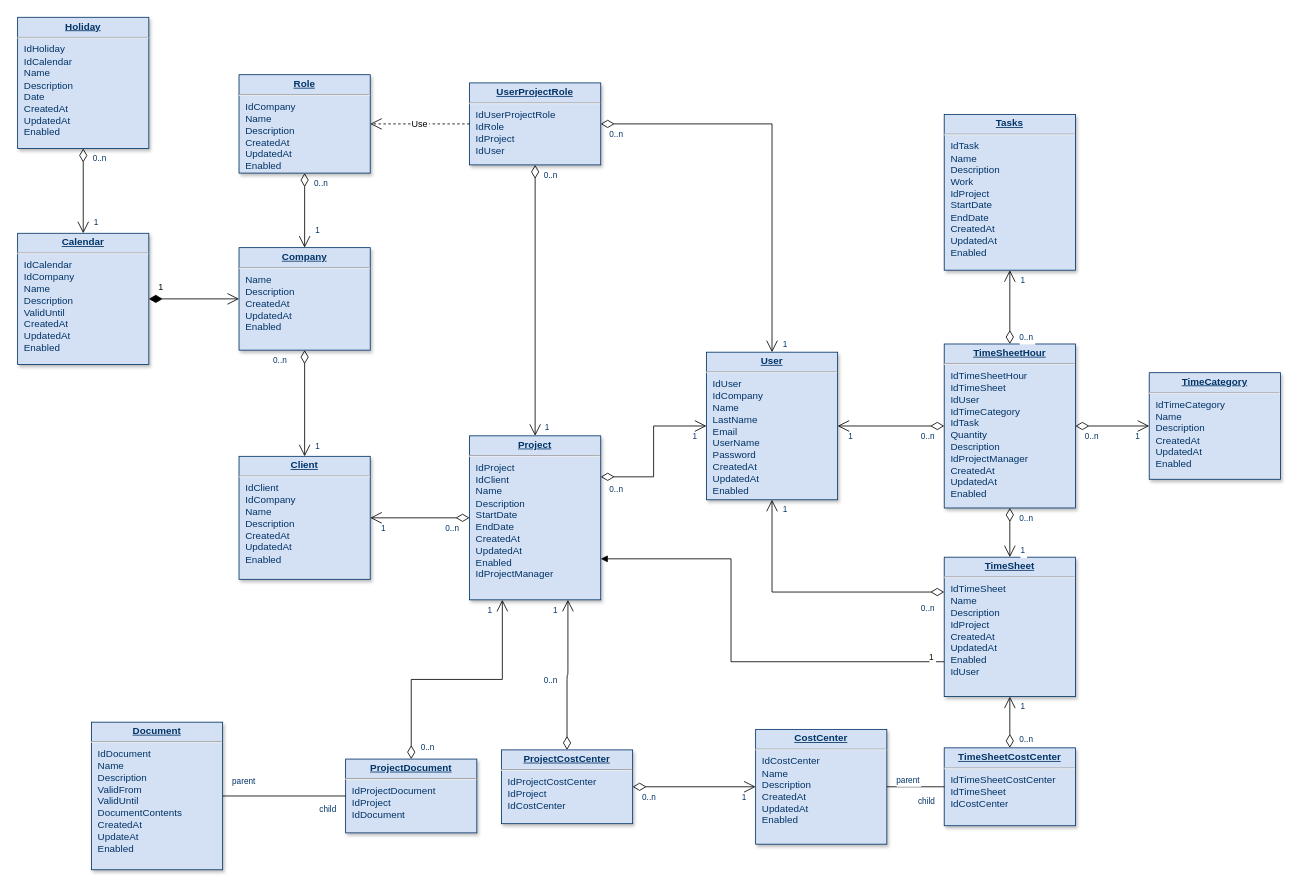
Earlier version of the draw.io diagram Untitled Diagram.drawio (Silia030303/Data_Base_NTUA). Source tidied: cells renumbered, new cells numbered last; positions are measured from the earlier drawing's top-left corner, leaving out a move shared by most shapes. Both pictures are drawn from the tidied source at 82%, with x=0, y=0 at pixel (17, 17).
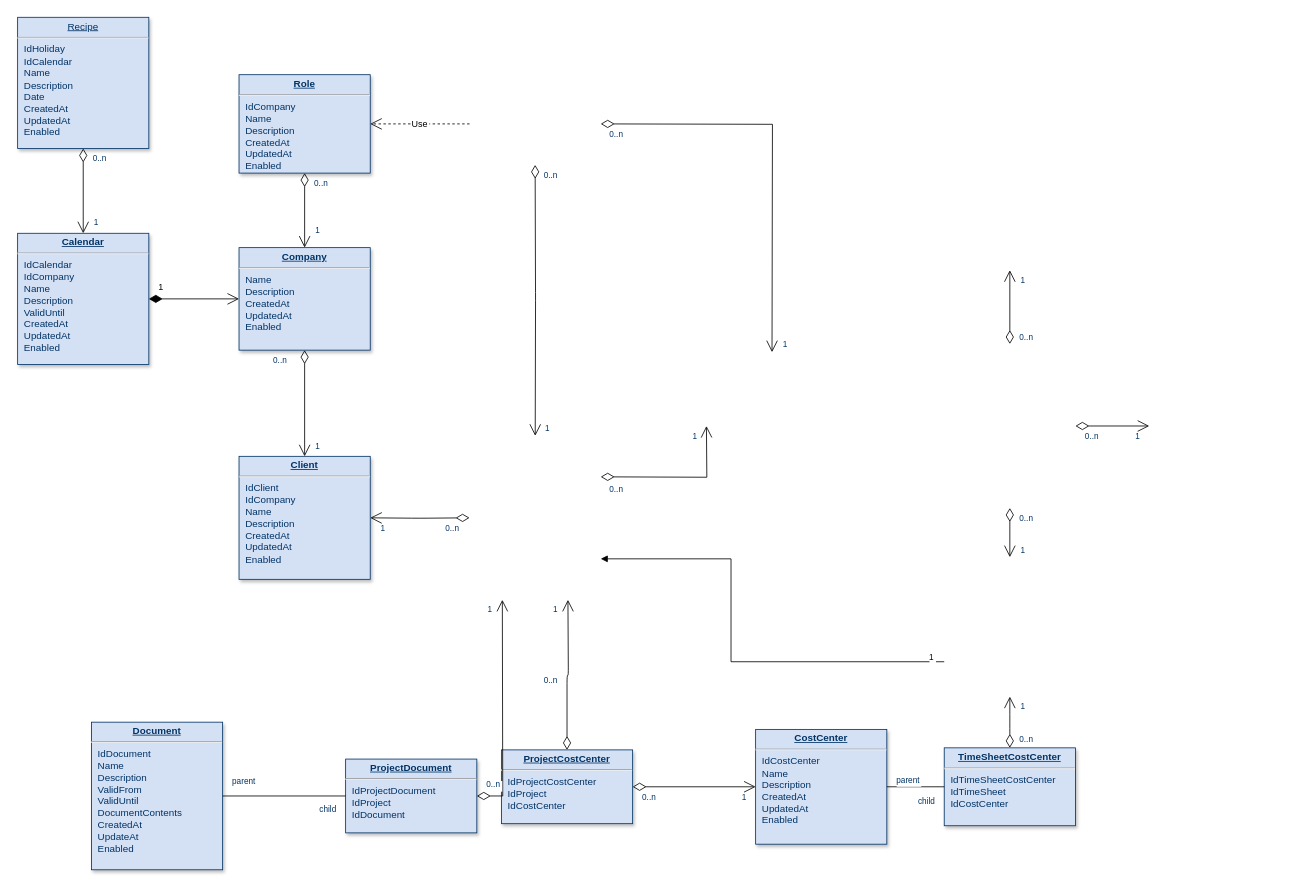
The same page after the edit.

The change refers to these unchanged cells:
```xml
<mxCell id="2" value="&lt;p style=&quot;margin: 0px; margin-top: 4px; text-align: center; text-decoration: underline;&quot;&gt;&lt;strong&gt;Role&lt;/strong&gt;&lt;/p&gt;&lt;hr /&gt;&lt;p style=&quot;margin: 0px; margin-left: 8px;&quot;&gt;IdCompany&lt;br /&gt;Name&lt;/p&gt;&lt;p style=&quot;margin: 0px; margin-left: 8px;&quot;&gt;Description&lt;/p&gt;&lt;p style=&quot;margin: 0px; margin-left: 8px;&quot;&gt;CreatedAt&lt;/p&gt;&lt;p style=&quot;margin: 0px; margin-left: 8px;&quot;&gt;UpdatedAt&lt;/p&gt;&lt;p style=&quot;margin: 0px; margin-left: 8px;&quot;&gt;Enabled&lt;/p&gt;" style="verticalAlign=top;align=left;overflow=fill;fontSize=12;fontFamily=Helvetica;html=1;strokeColor=#003366;shadow=1;fillColor=#D4E1F5;fontColor=#003366;" parent="1" vertex="1">
  <mxGeometry x="270" y="69.6" width="160" height="120" as="geometry" />
</mxCell>
<mxCell id="7" value="&lt;p style=&quot;margin: 0px; margin-top: 4px; text-align: center; text-decoration: underline;&quot;&gt;&lt;strong&gt;Client&lt;/strong&gt;&lt;/p&gt;&lt;hr /&gt;&lt;p style=&quot;margin: 0px; margin-left: 8px;&quot;&gt;IdClient&lt;/p&gt;&lt;p style=&quot;margin: 0px; margin-left: 8px;&quot;&gt;IdCompany&lt;/p&gt;&lt;p style=&quot;margin: 0px; margin-left: 8px;&quot;&gt;Name&lt;/p&gt;&lt;p style=&quot;margin: 0px; margin-left: 8px;&quot;&gt;Description&lt;/p&gt;&lt;p style=&quot;margin: 0px; margin-left: 8px;&quot;&gt;CreatedAt&lt;/p&gt;&lt;p style=&quot;margin: 0px; margin-left: 8px;&quot;&gt;UpdatedAt&lt;/p&gt;&lt;p style=&quot;margin: 0px; margin-left: 8px;&quot;&gt;Enabled&lt;/p&gt;" style="verticalAlign=top;align=left;overflow=fill;fontSize=12;fontFamily=Helvetica;html=1;strokeColor=#003366;shadow=1;fillColor=#D4E1F5;fontColor=#003366;" parent="1" vertex="1">
  <mxGeometry x="270" y="535" width="160" height="150" as="geometry" />
</mxCell>
<mxCell id="14" value="&lt;p style=&quot;margin: 0px; margin-top: 4px; text-align: center; text-decoration: underline;&quot;&gt;&lt;strong&gt;TimeSheetCostCenter&lt;/strong&gt;&lt;/p&gt;&lt;hr /&gt;&lt;p style=&quot;margin: 0px; margin-left: 8px;&quot;&gt;IdTimeSheetCostCenter&lt;/p&gt;&lt;p style=&quot;margin: 0px; margin-left: 8px;&quot;&gt;IdTimeSheet&lt;/p&gt;&lt;p style=&quot;margin: 0px; margin-left: 8px;&quot;&gt;IdCostCenter&lt;/p&gt;" style="verticalAlign=top;align=left;overflow=fill;fontSize=12;fontFamily=Helvetica;html=1;strokeColor=#003366;shadow=1;fillColor=#D4E1F5;fontColor=#003366;" parent="1" vertex="1">
  <mxGeometry x="1130" y="890.5" width="160" height="95" as="geometry" />
</mxCell>
<mxCell id="16" value="&lt;p style=&quot;margin: 0px; margin-top: 4px; text-align: center; text-decoration: underline;&quot;&gt;&lt;strong&gt;ProjectCostCenter&lt;/strong&gt;&lt;/p&gt;&lt;hr /&gt;&lt;p style=&quot;margin: 0px; margin-left: 8px;&quot;&gt;IdProjectCostCenter&lt;/p&gt;&lt;p style=&quot;margin: 0px; margin-left: 8px;&quot;&gt;IdProject&lt;/p&gt;&lt;p style=&quot;margin: 0px; margin-left: 8px;&quot;&gt;IdCostCenter&lt;/p&gt;" style="verticalAlign=top;align=left;overflow=fill;fontSize=12;fontFamily=Helvetica;html=1;strokeColor=#003366;shadow=1;fillColor=#D4E1F5;fontColor=#003366;" parent="1" vertex="1">
  <mxGeometry x="590" y="893" width="160" height="90" as="geometry" />
</mxCell>
<mxCell id="17" value="&lt;p style=&quot;margin: 0px ; margin-top: 4px ; text-align: center ; text-decoration: underline&quot;&gt;&lt;strong&gt;ProjectDocument&lt;/strong&gt;&lt;/p&gt;&lt;hr&gt;&lt;p style=&quot;margin: 0px ; margin-left: 8px&quot;&gt;IdProjectDocument&lt;/p&gt;&lt;p style=&quot;margin: 0px ; margin-left: 8px&quot;&gt;IdProject&lt;/p&gt;&lt;p style=&quot;margin: 0px ; margin-left: 8px&quot;&gt;IdDocument&lt;/p&gt;" style="verticalAlign=top;align=left;overflow=fill;fontSize=12;fontFamily=Helvetica;html=1;strokeColor=#003366;shadow=1;fillColor=#D4E1F5;fontColor=#003366;" parent="1" vertex="1">
  <mxGeometry x="400" y="904.2" width="160" height="90" as="geometry" />
</mxCell>
```

What changed in the source:
```diff
@@
-    <mxCell id="5" value="&lt;p style=&quot;margin: 0px; margin-top: 4px; text-align: center; text-decoration: underline;&quot;&gt;&lt;strong&gt;User&lt;/strong&gt;&lt;/p&gt;&lt;hr /&gt;&lt;p style=&quot;margin: 0px; margin-left: 8px;&quot;&gt;IdUser&lt;/p&gt;&lt;p style=&quot;margin: 0px; margin-left: 8px;&quot;&gt;IdCompany&lt;/p&gt;&lt;p style=&quot;margin: 0px; margin-left: 8px;&quot;&gt;Name&lt;/p&gt;&lt;p style=&quot;margin: 0px; margin-left: 8px;&quot;&gt;LastName&lt;/p&gt;&lt;p style=&quot;margin: 0px; margin-left: 8px;&quot;&gt;Email&lt;/p&gt;&lt;p style=&quot;margin: 0px; margin-left: 8px;&quot;&gt;UserName&lt;/p&gt;&lt;p style=&quot;margin: 0px; margin-left: 8px;&quot;&gt;Password&lt;/p&gt;&lt;p style=&quot;margin: 0px; margin-left: 8px;&quot;&gt;CreatedAt&lt;/p&gt;&lt;p style=&quot;margin: 0px; margin-left: 8px;&quot;&gt;UpdatedAt&lt;/p&gt;&lt;p style=&quot;margin: 0px; margin-left: 8px;&quot;&gt;Enabled&lt;/p&gt;" style="verticalAlign=top;align=left;overflow=fill;fontSize=12;fontFamily=Helvetica;html=1;strokeColor=#003366;shadow=1;fillColor=#D4E1F5;fontColor=#003366;" parent="1" vertex="1">
-      <mxGeometry x="840" y="408" width="160" height="180" as="geometry" />
-    </mxCell>
-    <mxCell id="6" value="&lt;p style=&quot;margin: 0px; margin-top: 4px; text-align: center; text-decoration: underline;&quot;&gt;&lt;strong&gt;UserProjectRole&lt;/strong&gt;&lt;/p&gt;&lt;hr /&gt;&lt;p style=&quot;margin: 0px; margin-left: 8px;&quot;&gt;IdUserProjectRole&lt;/p&gt;&lt;p style=&quot;margin: 0px; margin-left: 8px;&quot;&gt;IdRole&lt;/p&gt;&lt;p style=&quot;margin: 0px; margin-left: 8px;&quot;&gt;IdProject&lt;/p&gt;&lt;p style=&quot;margin: 0px; margin-left: 8px;&quot;&gt;IdUser&lt;/p&gt;" style="verticalAlign=top;align=left;overflow=fill;fontSize=12;fontFamily=Helvetica;html=1;strokeColor=#003366;shadow=1;fillColor=#D4E1F5;fontColor=#003366;" parent="1" vertex="1">
-      <mxGeometry x="551.1" y="79.6" width="160" height="100" as="geometry" />
-    </mxCell>
@@
-    <mxCell id="8" value="&lt;p style=&quot;margin: 0px; margin-top: 4px; text-align: center; text-decoration: underline;&quot;&gt;&lt;strong&gt;Holiday&lt;/strong&gt;&lt;/p&gt;&lt;hr /&gt;&lt;p style=&quot;margin: 0px; margin-left: 8px;&quot;&gt;IdHoliday&lt;/p&gt;&lt;p style=&quot;margin: 0px; margin-left: 8px;&quot;&gt;IdCalendar&lt;/p&gt;&lt;p style=&quot;margin: 0px; margin-left: 8px;&quot;&gt;Name&lt;/p&gt;&lt;p style=&quot;margin: 0px; margin-left: 8px;&quot;&gt;Description&lt;/p&gt;&lt;p style=&quot;margin: 0px; margin-left: 8px;&quot;&gt;Date&lt;/p&gt;&lt;p style=&quot;margin: 0px; margin-left: 8px;&quot;&gt;CreatedAt&lt;/p&gt;&lt;p style=&quot;margin: 0px; margin-left: 8px;&quot;&gt;UpdatedAt&lt;/p&gt;&lt;p style=&quot;margin: 0px; margin-left: 8px;&quot;&gt;Enabled&lt;/p&gt;" style="verticalAlign=top;align=left;overflow=fill;fontSize=12;fontFamily=Helvetica;html=1;strokeColor=#003366;shadow=1;fillColor=#D4E1F5;fontColor=#003366;" parent="1" vertex="1">
+    <mxCell id="8" value="&lt;p style=&quot;margin: 0px; margin-top: 4px; text-align: center; text-decoration: underline;&quot;&gt;Recipe&lt;/p&gt;&lt;hr&gt;&lt;p style=&quot;margin: 0px; margin-left: 8px;&quot;&gt;IdHoliday&lt;/p&gt;&lt;p style=&quot;margin: 0px; margin-left: 8px;&quot;&gt;IdCalendar&lt;/p&gt;&lt;p style=&quot;margin: 0px; margin-left: 8px;&quot;&gt;Name&lt;/p&gt;&lt;p style=&quot;margin: 0px; margin-left: 8px;&quot;&gt;Description&lt;/p&gt;&lt;p style=&quot;margin: 0px; margin-left: 8px;&quot;&gt;Date&lt;/p&gt;&lt;p style=&quot;margin: 0px; margin-left: 8px;&quot;&gt;CreatedAt&lt;/p&gt;&lt;p style=&quot;margin: 0px; margin-left: 8px;&quot;&gt;UpdatedAt&lt;/p&gt;&lt;p style=&quot;margin: 0px; margin-left: 8px;&quot;&gt;Enabled&lt;/p&gt;" style="verticalAlign=top;align=left;overflow=fill;fontSize=12;fontFamily=Helvetica;html=1;strokeColor=#003366;shadow=1;fillColor=#D4E1F5;fontColor=#003366;" parent="1" vertex="1">
       <mxGeometry y="-0.4" width="160" height="160" as="geometry" />
     </mxCell>
-    <mxCell id="9" value="&lt;p style=&quot;margin: 0px; margin-top: 4px; text-align: center; text-decoration: underline;&quot;&gt;&lt;strong&gt;TimeSheet&lt;/strong&gt;&lt;/p&gt;&lt;hr /&gt;&lt;p style=&quot;margin: 0px; margin-left: 8px;&quot;&gt;IdTimeSheet&lt;/p&gt;&lt;p style=&quot;margin: 0px; margin-left: 8px;&quot;&gt;Name&lt;/p&gt;&lt;p style=&quot;margin: 0px; margin-left: 8px;&quot;&gt;Description&lt;/p&gt;&lt;p style=&quot;margin: 0px; margin-left: 8px;&quot;&gt;IdProject&lt;/p&gt;&lt;p style=&quot;margin: 0px; margin-left: 8px;&quot;&gt;CreatedAt&lt;/p&gt;&lt;p style=&quot;margin: 0px; margin-left: 8px;&quot;&gt;UpdatedAt&lt;/p&gt;&lt;p style=&quot;margin: 0px; margin-left: 8px;&quot;&gt;Enabled&lt;/p&gt;&lt;p style=&quot;margin: 0px; margin-left: 8px;&quot;&gt;IdUser&lt;/p&gt;" style="verticalAlign=top;align=left;overflow=fill;fontSize=12;fontFamily=Helvetica;html=1;strokeColor=#003366;shadow=1;fillColor=#D4E1F5;fontColor=#003366;" parent="1" vertex="1">
-      <mxGeometry x="1130" y="658" width="160" height="170" as="geometry" />
-    </mxCell>
-    <mxCell id="10" value="&lt;p style=&quot;margin: 0px; margin-top: 4px; text-align: center; text-decoration: underline;&quot;&gt;&lt;strong&gt;TimeSheetHour&lt;/strong&gt;&lt;/p&gt;&lt;hr /&gt;&lt;p style=&quot;margin: 0px; margin-left: 8px;&quot;&gt;IdTimeSheetHour&lt;br /&gt;IdTimeSheet&lt;/p&gt;&lt;p style=&quot;margin: 0px; margin-left: 8px;&quot;&gt;IdUser&lt;/p&gt;&lt;p style=&quot;margin: 0px; margin-left: 8px;&quot;&gt;IdTimeCategory&lt;/p&gt;&lt;p style=&quot;margin: 0px; margin-left: 8px;&quot;&gt;IdTask&lt;/p&gt;&lt;p style=&quot;margin: 0px; margin-left: 8px;&quot;&gt;Quantity&lt;/p&gt;&lt;p style=&quot;margin: 0px; margin-left: 8px;&quot;&gt;Description&lt;/p&gt;&lt;p style=&quot;margin: 0px; margin-left: 8px;&quot;&gt;IdProjectManager&lt;/p&gt;&lt;p style=&quot;margin: 0px; margin-left: 8px;&quot;&gt;CreatedAt&lt;/p&gt;&lt;p style=&quot;margin: 0px; margin-left: 8px;&quot;&gt;UpdatedAt&lt;/p&gt;&lt;p style=&quot;margin: 0px; margin-left: 8px;&quot;&gt;Enabled&lt;/p&gt;" style="verticalAlign=top;align=left;overflow=fill;fontSize=12;fontFamily=Helvetica;html=1;strokeColor=#003366;shadow=1;fillColor=#D4E1F5;fontColor=#003366;" parent="1" vertex="1">
-      <mxGeometry x="1130" y="398" width="160" height="200" as="geometry" />
-    </mxCell>
@@
-    <mxCell id="12" value="&lt;p style=&quot;margin: 0px; margin-top: 4px; text-align: center; text-decoration: underline;&quot;&gt;&lt;strong&gt;Project&lt;/strong&gt;&lt;/p&gt;&lt;hr /&gt;&lt;p style=&quot;margin: 0px; margin-left: 8px;&quot;&gt;IdProject&lt;/p&gt;&lt;p style=&quot;margin: 0px; margin-left: 8px;&quot;&gt;IdClient&lt;/p&gt;&lt;p style=&quot;margin: 0px; margin-left: 8px;&quot;&gt;Name&lt;/p&gt;&lt;p style=&quot;margin: 0px; margin-left: 8px;&quot;&gt;Description&lt;/p&gt;&lt;p style=&quot;margin: 0px; margin-left: 8px;&quot;&gt;StartDate&lt;/p&gt;&lt;p style=&quot;margin: 0px; margin-left: 8px;&quot;&gt;EndDate&lt;/p&gt;&lt;p style=&quot;margin: 0px; margin-left: 8px;&quot;&gt;CreatedAt&lt;/p&gt;&lt;p style=&quot;margin: 0px; margin-left: 8px;&quot;&gt;UpdatedAt&lt;/p&gt;&lt;p style=&quot;margin: 0px; margin-left: 8px;&quot;&gt;Enabled&lt;br /&gt;IdProjectManager&lt;/p&gt;" style="verticalAlign=top;align=left;overflow=fill;fontSize=12;fontFamily=Helvetica;html=1;strokeColor=#003366;shadow=1;fillColor=#D4E1F5;fontColor=#003366;" parent="1" vertex="1">
-      <mxGeometry x="551.1" y="510" width="160" height="200" as="geometry" />
-    </mxCell>
-    <mxCell id="13" value="&lt;p style=&quot;margin: 0px; margin-top: 4px; text-align: center; text-decoration: underline;&quot;&gt;&lt;strong&gt;TimeCategory&lt;/strong&gt;&lt;/p&gt;&lt;hr /&gt;&lt;p style=&quot;margin: 0px; margin-left: 8px;&quot;&gt;IdTimeCategory&lt;/p&gt;&lt;p style=&quot;margin: 0px; margin-left: 8px;&quot;&gt;Name&lt;/p&gt;&lt;p style=&quot;margin: 0px; margin-left: 8px;&quot;&gt;Description&lt;/p&gt;&lt;p style=&quot;margin: 0px; margin-left: 8px;&quot;&gt;CreatedAt&lt;/p&gt;&lt;p style=&quot;margin: 0px; margin-left: 8px;&quot;&gt;UpdatedAt&lt;/p&gt;&lt;p style=&quot;margin: 0px; margin-left: 8px;&quot;&gt;Enabled&lt;/p&gt;" style="verticalAlign=top;align=left;overflow=fill;fontSize=12;fontFamily=Helvetica;html=1;strokeColor=#003366;shadow=1;fillColor=#D4E1F5;fontColor=#003366;" parent="1" vertex="1">
-      <mxGeometry x="1380" y="433" width="160" height="130" as="geometry" />
-    </mxCell>
@@
-    <mxCell id="18" value="&lt;p style=&quot;margin: 0px; margin-top: 4px; text-align: center; text-decoration: underline;&quot;&gt;&lt;strong&gt;Tasks&lt;/strong&gt;&lt;/p&gt;&lt;hr /&gt;&lt;p style=&quot;margin: 0px; margin-left: 8px;&quot;&gt;IdTask&lt;/p&gt;&lt;p style=&quot;margin: 0px; margin-left: 8px;&quot;&gt;Name&lt;/p&gt;&lt;p style=&quot;margin: 0px; margin-left: 8px;&quot;&gt;Description&lt;/p&gt;&lt;p style=&quot;margin: 0px; margin-left: 8px;&quot;&gt;Work&lt;/p&gt;&lt;p style=&quot;margin: 0px; margin-left: 8px;&quot;&gt;IdProject&lt;/p&gt;&lt;p style=&quot;margin: 0px; margin-left: 8px;&quot;&gt;StartDate&lt;/p&gt;&lt;p style=&quot;margin: 0px; margin-left: 8px;&quot;&gt;EndDate&lt;/p&gt;&lt;p style=&quot;margin: 0px; margin-left: 8px;&quot;&gt;CreatedAt&lt;/p&gt;&lt;p style=&quot;margin: 0px; margin-left: 8px;&quot;&gt;UpdatedAt&lt;/p&gt;&lt;p style=&quot;margin: 0px; margin-left: 8px;&quot;&gt;Enabled&lt;/p&gt;" style="verticalAlign=top;align=left;overflow=fill;fontSize=12;fontFamily=Helvetica;html=1;strokeColor=#003366;shadow=1;fillColor=#D4E1F5;fontColor=#003366;" parent="1" vertex="1">
-      <mxGeometry x="1130" y="118" width="160" height="190" as="geometry" />
-    </mxCell>
@@
-    <mxCell id="22" style="endArrow=open;endSize=12;startArrow=diamondThin;startSize=14;startFill=0;edgeStyle=orthogonalEdgeStyle;rounded=0;" parent="1" edge="1" source="6" target="5">
-      <mxGeometry x="519.4" y="180" as="geometry" />
+    <mxCell id="22" style="endArrow=open;endSize=12;startArrow=diamondThin;startSize=14;startFill=0;edgeStyle=orthogonalEdgeStyle;rounded=0;" parent="1" edge="1">
+      <mxGeometry x="519.4" y="180" as="geometry">
+        <mxPoint x="711.1" y="129.6" as="sourcePoint" />
+        <mxPoint x="920" y="408" as="targetPoint" />
+      </mxGeometry>
     </mxCell>
@@
-    <mxCell id="25" style="endArrow=open;endSize=12;startArrow=diamondThin;startSize=14;startFill=0;edgeStyle=orthogonalEdgeStyle;exitX=1;exitY=0.25;rounded=0;" parent="1" edge="1" source="12" target="5">
-      <mxGeometry x="769.4" y="450" as="geometry" />
+    <mxCell id="25" style="endArrow=open;endSize=12;startArrow=diamondThin;startSize=14;startFill=0;edgeStyle=orthogonalEdgeStyle;exitX=1;exitY=0.25;rounded=0;" parent="1" edge="1">
+      <mxGeometry x="769.4" y="450" as="geometry">
+        <mxPoint x="711.1" y="560" as="sourcePoint" />
+        <mxPoint x="840" y="498" as="targetPoint" />
+      </mxGeometry>
     </mxCell>
@@
-    <mxCell id="28" style="endArrow=open;endSize=12;startArrow=diamondThin;startSize=14;startFill=0;edgeStyle=orthogonalEdgeStyle;" parent="1" edge="1" source="6" target="12">
-      <mxGeometry x="389.4" y="350" as="geometry" />
+    <mxCell id="28" style="endArrow=open;endSize=12;startArrow=diamondThin;startSize=14;startFill=0;edgeStyle=orthogonalEdgeStyle;" parent="1" edge="1">
+      <mxGeometry x="389.4" y="350" as="geometry">
+        <mxPoint x="631.1" y="179.6" as="sourcePoint" />
+        <mxPoint x="631.2" y="510" as="targetPoint" />
+      </mxGeometry>
     </mxCell>
@@
-    <mxCell id="31" style="endArrow=open;endSize=12;startArrow=diamondThin;startSize=14;startFill=0;edgeStyle=orthogonalEdgeStyle;exitX=0;exitY=0.25;rounded=0;" parent="1" edge="1" source="9" target="5">
-      <mxGeometry x="1209.4" y="170" as="geometry" />
-    </mxCell>
-    <mxCell id="32" value="0..n" style="align=left;verticalAlign=top;labelBackgroundColor=#ffffff;fontSize=10;strokeColor=#003366;shadow=1;fillColor=#D4E1F5;fontColor=#003366;" parent="31" vertex="1">
-      <mxGeometry x="-1" relative="1" as="geometry">
-        <mxPoint x="-30" y="7.5" as="offset" />
-      </mxGeometry>
-    </mxCell>
-    <mxCell id="33" value="1" style="align=right;verticalAlign=top;labelBackgroundColor=#ffffff;fontSize=10;strokeColor=#003366;shadow=1;fillColor=#D4E1F5;fontColor=#003366;" parent="31" vertex="1">
-      <mxGeometry x="1" relative="1" as="geometry">
-        <mxPoint x="20" as="offset" />
-      </mxGeometry>
-    </mxCell>
-    <mxCell id="34" style="endArrow=open;endSize=12;startArrow=diamondThin;startSize=14;startFill=0;edgeStyle=orthogonalEdgeStyle;" parent="1" edge="1" source="10" target="9">
-      <mxGeometry x="1269.4" y="180" as="geometry" />
+    <mxCell id="34" style="endArrow=open;endSize=12;startArrow=diamondThin;startSize=14;startFill=0;edgeStyle=orthogonalEdgeStyle;" parent="1" edge="1">
+      <mxGeometry x="1269.4" y="180" as="geometry">
+        <mxPoint x="1210" y="598" as="sourcePoint" />
+        <mxPoint x="1210" y="658" as="targetPoint" />
+      </mxGeometry>
     </mxCell>
@@
-    <mxCell id="37" style="endArrow=open;endSize=12;startArrow=diamondThin;startSize=14;startFill=0;edgeStyle=orthogonalEdgeStyle;entryX=0.75;entryY=1;" parent="1" edge="1" source="16" target="12">
-      <mxGeometry x="479.4" y="790" as="geometry" />
+    <mxCell id="37" style="endArrow=open;endSize=12;startArrow=diamondThin;startSize=14;startFill=0;edgeStyle=orthogonalEdgeStyle;entryX=0.75;entryY=1;" parent="1" edge="1" source="16">
+      <mxGeometry x="479.4" y="790" as="geometry">
+        <mxPoint x="671.1" y="710" as="targetPoint" />
+      </mxGeometry>
     </mxCell>
@@
-    <mxCell id="43" style="endArrow=open;endSize=12;startArrow=diamondThin;startSize=14;startFill=0;edgeStyle=orthogonalEdgeStyle;entryX=0.25;entryY=1;rounded=0;" parent="1" edge="1" source="17" target="12">
-      <mxGeometry x="419.4" y="820" as="geometry" />
+    <mxCell id="43" style="endArrow=open;endSize=12;startArrow=diamondThin;startSize=14;startFill=0;edgeStyle=orthogonalEdgeStyle;entryX=0.25;entryY=1;rounded=0;" parent="1" edge="1" source="17">
+      <mxGeometry x="419.4" y="820" as="geometry">
+        <mxPoint x="591.1" y="710" as="targetPoint" />
+      </mxGeometry>
     </mxCell>
@@
-    <mxCell id="46" style="endArrow=open;endSize=12;startArrow=diamondThin;startSize=14;startFill=0;edgeStyle=orthogonalEdgeStyle;" parent="1" edge="1" source="14" target="9">
-      <mxGeometry x="1079.4" y="560" as="geometry" />
+    <mxCell id="46" style="endArrow=open;endSize=12;startArrow=diamondThin;startSize=14;startFill=0;edgeStyle=orthogonalEdgeStyle;" parent="1" edge="1" source="14">
+      <mxGeometry x="1079.4" y="560" as="geometry">
+        <mxPoint x="1210" y="828" as="targetPoint" />
+      </mxGeometry>
     </mxCell>
@@
-    <mxCell id="49" style="endArrow=open;endSize=12;startArrow=diamondThin;startSize=14;startFill=0;edgeStyle=orthogonalEdgeStyle;" parent="1" edge="1" source="10" target="13">
-      <mxGeometry x="1309.4" y="540" as="geometry" />
+    <mxCell id="49" style="endArrow=open;endSize=12;startArrow=diamondThin;startSize=14;startFill=0;edgeStyle=orthogonalEdgeStyle;" parent="1" edge="1">
+      <mxGeometry x="1309.4" y="540" as="geometry">
+        <mxPoint x="1290" y="498" as="sourcePoint" />
+        <mxPoint x="1380" y="498" as="targetPoint" />
+      </mxGeometry>
     </mxCell>
@@
-    <mxCell id="52" style="endArrow=open;endSize=12;startArrow=diamondThin;startSize=14;startFill=0;edgeStyle=orthogonalEdgeStyle;" parent="1" edge="1" source="10" target="18">
-      <mxGeometry x="1119.4" y="540" as="geometry" />
+    <mxCell id="52" style="endArrow=open;endSize=12;startArrow=diamondThin;startSize=14;startFill=0;edgeStyle=orthogonalEdgeStyle;" parent="1" edge="1">
+      <mxGeometry x="1119.4" y="540" as="geometry">
+        <mxPoint x="1210" y="398" as="sourcePoint" />
+        <mxPoint x="1210" y="308" as="targetPoint" />
+      </mxGeometry>
     </mxCell>
@@
-    <mxCell id="55" style="endArrow=open;endSize=12;startArrow=diamondThin;startSize=14;startFill=0;edgeStyle=orthogonalEdgeStyle;" parent="1" edge="1" source="10" target="5">
-      <mxGeometry x="1389.4" y="130" as="geometry" />
-    </mxCell>
-    <mxCell id="56" value="0..n" style="align=left;verticalAlign=top;labelBackgroundColor=#ffffff;fontSize=10;strokeColor=#003366;shadow=1;fillColor=#D4E1F5;fontColor=#003366;" parent="55" vertex="1">
-      <mxGeometry x="-1" relative="1" as="geometry">
-        <mxPoint x="-30" as="offset" />
-      </mxGeometry>
-    </mxCell>
-    <mxCell id="57" value="1" style="align=right;verticalAlign=top;labelBackgroundColor=#ffffff;fontSize=10;strokeColor=#003366;shadow=1;fillColor=#D4E1F5;fontColor=#003366;" parent="55" vertex="1">
-      <mxGeometry x="1" relative="1" as="geometry">
-        <mxPoint x="20" as="offset" />
-      </mxGeometry>
-    </mxCell>
@@
-    <mxCell id="64" style="endArrow=open;endSize=12;startArrow=diamondThin;startSize=14;startFill=0;edgeStyle=orthogonalEdgeStyle;" parent="1" edge="1" source="12" target="7">
-      <mxGeometry x="369.4" y="360" as="geometry" />
+    <mxCell id="64" style="endArrow=open;endSize=12;startArrow=diamondThin;startSize=14;startFill=0;edgeStyle=orthogonalEdgeStyle;" parent="1" edge="1" target="7">
+      <mxGeometry x="369.4" y="360" as="geometry">
+        <mxPoint x="551.1" y="610" as="sourcePoint" />
+      </mxGeometry>
     </mxCell>
@@
-    <mxCell id="67" value="Use" style="endArrow=open;endSize=12;dashed=1;" parent="1" edge="1" source="6" target="2">
-      <mxGeometry x="430" y="50" as="geometry" />
+    <mxCell id="67" value="Use" style="endArrow=open;endSize=12;dashed=1;" parent="1" edge="1" target="2">
+      <mxGeometry x="430" y="50" as="geometry">
+        <mxPoint x="551.1" y="129.6" as="sourcePoint" />
+      </mxGeometry>
     </mxCell>
@@
-    <mxCell id="75" style="endArrow=block;endFill=1;edgeStyle=orthogonalEdgeStyle;align=left;verticalAlign=top;entryX=1;entryY=0.75;exitX=0;exitY=0.75;rounded=0;" parent="1" edge="1" source="9" target="12">
+    <mxCell id="75" style="endArrow=block;endFill=1;edgeStyle=orthogonalEdgeStyle;align=left;verticalAlign=top;entryX=1;entryY=0.75;exitX=0;exitY=0.75;rounded=0;" parent="1" edge="1">
       <mxGeometry x="-1" relative="1" as="geometry">
+        <mxPoint x="1130" y="785.5" as="sourcePoint" />
+        <mxPoint x="711.1" y="660" as="targetPoint" />
         <Array as="points">
           <mxPoint x="870" y="786" />
           <mxPoint x="870" y="660" />
         </Array>
       </mxGeometry>
     </mxCell>
```
